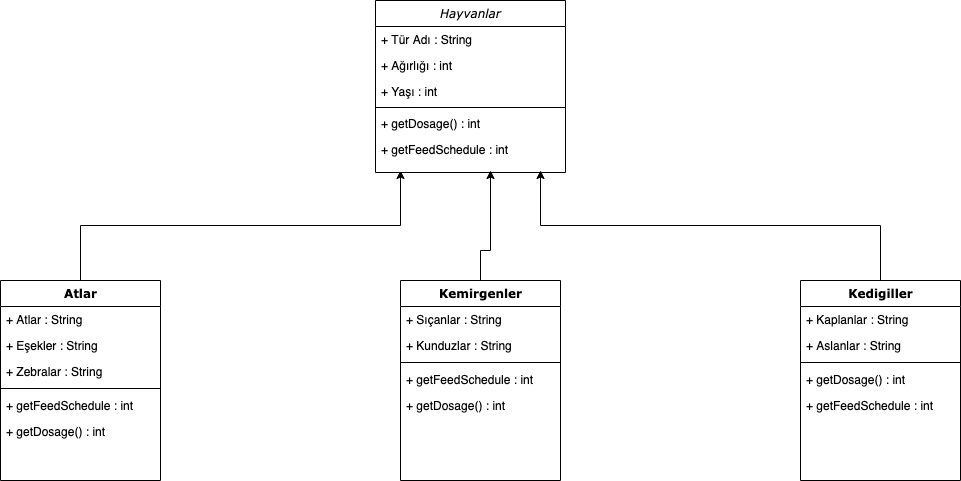
Earlier version of the draw.io export Java101Odevlerim/ZooManagementDiagram.png (kogunlu/java101). Source tidied: cells renumbered, new cells last; positions are measured from the earlier drawing's top-left corner, leaving out a move shared by most shapes.
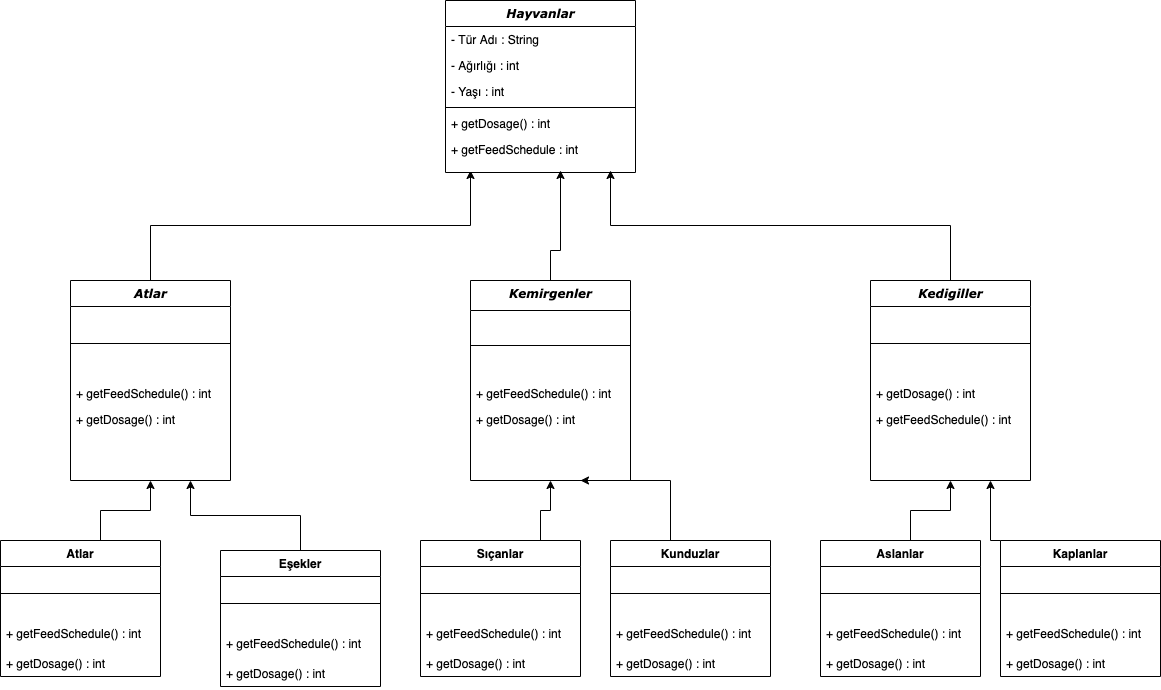
After the commit.

The edit, as a diff of the source:
```diff
@@ -7,37 +7,28 @@
         <mxPoint x="400" y="170" as="targetPoint" />
       </mxGeometry>
     </mxCell>
-    <mxCell id="3" value="Atlar" style="swimlane;html=1;fontStyle=1;align=center;verticalAlign=top;horizontal=1;startSize=26;swimlaneFillColor=#ffffff;rounded=0;shadow=0;comic=0;labelBackgroundColor=none;strokeWidth=1;fillColor=none;fontFamily=Verdana;fontSize=12;" parent="1" vertex="1">
+    <mxCell id="3" value="&lt;i&gt;Atlar&lt;/i&gt;" style="swimlane;html=1;fontStyle=1;align=center;verticalAlign=top;horizontal=1;startSize=26;swimlaneFillColor=#ffffff;rounded=0;shadow=0;comic=0;labelBackgroundColor=none;strokeWidth=1;fillColor=none;fontFamily=Verdana;fontSize=12;" parent="1" vertex="1">
       <mxGeometry y="280" width="160" height="200" as="geometry" />
     </mxCell>
-    <mxCell id="4" value="+ Atlar : String" style="text;html=1;strokeColor=none;fillColor=none;align=left;verticalAlign=top;spacingLeft=4;spacingRight=4;whiteSpace=wrap;overflow=hidden;" parent="3" vertex="1">
-      <mxGeometry y="26" width="160" height="26" as="geometry" />
-    </mxCell>
-    <mxCell id="5" value="+ Eşekler : String&lt;br&gt;" style="text;html=1;strokeColor=none;fillColor=none;align=left;verticalAlign=top;spacingLeft=4;spacingRight=4;whiteSpace=wrap;overflow=hidden;" parent="3" vertex="1">
-      <mxGeometry y="52" width="160" height="26" as="geometry" />
-    </mxCell>
-    <mxCell id="6" value="+ Zebralar : String&lt;br&gt;" style="text;html=1;strokeColor=none;fillColor=none;align=left;verticalAlign=top;spacingLeft=4;spacingRight=4;whiteSpace=wrap;overflow=hidden;" parent="3" vertex="1">
-      <mxGeometry y="78" width="160" height="26" as="geometry" />
-    </mxCell>
     <mxCell id="7" style="line;html=1;strokeWidth=1;fillColor=none;align=left;verticalAlign=middle;spacingTop=-1;spacingLeft=3;spacingRight=3;labelPosition=right;" parent="3" vertex="1">
-      <mxGeometry y="104" width="160" height="8" as="geometry" />
+      <mxGeometry y="26" width="160" height="74" as="geometry" />
     </mxCell>
-    <mxCell id="8" value="+ getFeedSchedule : int" style="text;html=1;strokeColor=none;fillColor=none;align=left;verticalAlign=top;spacingLeft=4;spacingRight=4;whiteSpace=wrap;overflow=hidden;" parent="3" vertex="1">
-      <mxGeometry y="112" width="160" height="26" as="geometry" />
+    <mxCell id="8" value="+ getFeedSchedule() : int" style="text;html=1;strokeColor=none;fillColor=none;align=left;verticalAlign=top;spacingLeft=4;spacingRight=4;whiteSpace=wrap;overflow=hidden;" parent="3" vertex="1">
+      <mxGeometry y="100" width="160" height="26" as="geometry" />
     </mxCell>
     <mxCell id="9" value="+ getDosage() : int" style="text;html=1;strokeColor=none;fillColor=none;align=left;verticalAlign=top;spacingLeft=4;spacingRight=4;whiteSpace=wrap;overflow=hidden;" parent="3" vertex="1">
-      <mxGeometry y="138" width="160" height="26" as="geometry" />
+      <mxGeometry y="126" width="160" height="26" as="geometry" />
     </mxCell>
-    <mxCell id="10" value="&lt;i style=&quot;font-weight: normal;&quot;&gt;Hayvanlar&lt;/i&gt;" style="swimlane;html=1;fontStyle=1;align=center;verticalAlign=top;horizontal=1;startSize=26;swimlaneFillColor=#ffffff;rounded=0;shadow=0;comic=0;labelBackgroundColor=none;strokeWidth=1;fillColor=none;fontFamily=Verdana;fontSize=12;" parent="1" vertex="1">
+    <mxCell id="10" value="&lt;i style=&quot;&quot;&gt;Hayvanlar&lt;/i&gt;" style="swimlane;html=1;fontStyle=1;align=center;verticalAlign=top;horizontal=1;startSize=26;swimlaneFillColor=#ffffff;rounded=0;shadow=0;comic=0;labelBackgroundColor=none;strokeWidth=1;fillColor=none;fontFamily=Verdana;fontSize=12;" parent="1" vertex="1">
       <mxGeometry x="375" width="190" height="172" as="geometry" />
     </mxCell>
-    <mxCell id="11" value="+ Tür Adı : String" style="text;html=1;strokeColor=none;fillColor=none;align=left;verticalAlign=top;spacingLeft=4;spacingRight=4;whiteSpace=wrap;overflow=hidden;" parent="10" vertex="1">
+    <mxCell id="11" value="- Tür Adı : String" style="text;html=1;strokeColor=none;fillColor=none;align=left;verticalAlign=top;spacingLeft=4;spacingRight=4;whiteSpace=wrap;overflow=hidden;" parent="10" vertex="1">
       <mxGeometry y="26" width="190" height="26" as="geometry" />
     </mxCell>
-    <mxCell id="12" value="+ Ağırlığı : int&lt;br&gt;&lt;br&gt;" style="text;html=1;strokeColor=none;fillColor=none;align=left;verticalAlign=top;spacingLeft=4;spacingRight=4;whiteSpace=wrap;overflow=hidden;" parent="10" vertex="1">
+    <mxCell id="12" value="- Ağırlığı : int&lt;br&gt;" style="text;html=1;strokeColor=none;fillColor=none;align=left;verticalAlign=top;spacingLeft=4;spacingRight=4;whiteSpace=wrap;overflow=hidden;" parent="10" vertex="1">
       <mxGeometry y="52" width="190" height="26" as="geometry" />
     </mxCell>
-    <mxCell id="13" value="+ Yaşı : int" style="text;html=1;strokeColor=none;fillColor=none;align=left;verticalAlign=top;spacingLeft=4;spacingRight=4;whiteSpace=wrap;overflow=hidden;" parent="10" vertex="1">
+    <mxCell id="13" value="- Yaşı : int" style="text;html=1;strokeColor=none;fillColor=none;align=left;verticalAlign=top;spacingLeft=4;spacingRight=4;whiteSpace=wrap;overflow=hidden;" parent="10" vertex="1">
       <mxGeometry y="78" width="190" height="26" as="geometry" />
     </mxCell>
     <mxCell id="14" style="line;html=1;strokeWidth=1;fillColor=none;align=left;verticalAlign=middle;spacingTop=-1;spacingLeft=3;spacingRight=3;labelPosition=right;" parent="10" vertex="1">
@@ -49,41 +40,29 @@
     <mxCell id="16" value="+ getFeedSchedule : int" style="text;html=1;strokeColor=none;fillColor=none;align=left;verticalAlign=top;spacingLeft=4;spacingRight=4;whiteSpace=wrap;overflow=hidden;" parent="10" vertex="1">
       <mxGeometry y="136" width="190" height="26" as="geometry" />
     </mxCell>
-    <mxCell id="17" value="Kedigiller&lt;br&gt;" style="swimlane;html=1;fontStyle=1;align=center;verticalAlign=top;horizontal=1;startSize=26;swimlaneFillColor=#ffffff;rounded=0;shadow=0;comic=0;labelBackgroundColor=none;strokeWidth=1;fillColor=none;fontFamily=Verdana;fontSize=12;" parent="1" vertex="1">
+    <mxCell id="17" value="&lt;i&gt;Kedigiller&lt;/i&gt;" style="swimlane;html=1;fontStyle=1;align=center;verticalAlign=top;horizontal=1;startSize=26;swimlaneFillColor=#ffffff;rounded=0;shadow=0;comic=0;labelBackgroundColor=none;strokeWidth=1;fillColor=none;fontFamily=Verdana;fontSize=12;" parent="1" vertex="1">
       <mxGeometry x="800" y="280" width="160" height="200" as="geometry" />
     </mxCell>
-    <mxCell id="18" value="+ Kaplanlar : String" style="text;html=1;strokeColor=none;fillColor=none;align=left;verticalAlign=top;spacingLeft=4;spacingRight=4;whiteSpace=wrap;overflow=hidden;" parent="17" vertex="1">
-      <mxGeometry y="26" width="160" height="26" as="geometry" />
-    </mxCell>
-    <mxCell id="19" value="+ Aslanlar : String&lt;br&gt;" style="text;html=1;strokeColor=none;fillColor=none;align=left;verticalAlign=top;spacingLeft=4;spacingRight=4;whiteSpace=wrap;overflow=hidden;" parent="17" vertex="1">
-      <mxGeometry y="52" width="160" height="26" as="geometry" />
-    </mxCell>
     <mxCell id="20" style="line;html=1;strokeWidth=1;fillColor=none;align=left;verticalAlign=middle;spacingTop=-1;spacingLeft=3;spacingRight=3;labelPosition=right;" parent="17" vertex="1">
-      <mxGeometry y="78" width="160" height="8" as="geometry" />
+      <mxGeometry y="26" width="160" height="74" as="geometry" />
     </mxCell>
     <mxCell id="21" value="+ getDosage() : int" style="text;html=1;strokeColor=none;fillColor=none;align=left;verticalAlign=top;spacingLeft=4;spacingRight=4;whiteSpace=wrap;overflow=hidden;" parent="17" vertex="1">
-      <mxGeometry y="86" width="160" height="26" as="geometry" />
+      <mxGeometry y="100" width="160" height="26" as="geometry" />
     </mxCell>
-    <mxCell id="22" value="+ getFeedSchedule : int" style="text;html=1;strokeColor=none;fillColor=none;align=left;verticalAlign=top;spacingLeft=4;spacingRight=4;whiteSpace=wrap;overflow=hidden;" parent="17" vertex="1">
-      <mxGeometry y="112" width="160" height="26" as="geometry" />
+    <mxCell id="22" value="+ getFeedSchedule() : int" style="text;html=1;strokeColor=none;fillColor=none;align=left;verticalAlign=top;spacingLeft=4;spacingRight=4;whiteSpace=wrap;overflow=hidden;" parent="17" vertex="1">
+      <mxGeometry y="126" width="160" height="26" as="geometry" />
     </mxCell>
-    <mxCell id="23" value="Kemirgenler&lt;br&gt;" style="swimlane;html=1;fontStyle=1;align=center;verticalAlign=top;horizontal=1;startSize=26;swimlaneFillColor=#ffffff;rounded=0;shadow=0;comic=0;labelBackgroundColor=none;strokeWidth=1;fillColor=none;fontFamily=Verdana;fontSize=12;" parent="1" vertex="1">
+    <mxCell id="23" value="&lt;i&gt;Kemirgenler&lt;/i&gt;" style="swimlane;html=1;fontStyle=1;align=center;verticalAlign=top;horizontal=1;startSize=30;swimlaneFillColor=#ffffff;rounded=0;shadow=0;comic=0;labelBackgroundColor=none;strokeWidth=1;fillColor=none;fontFamily=Verdana;fontSize=12;" parent="1" vertex="1">
       <mxGeometry x="400" y="280" width="160" height="200" as="geometry" />
     </mxCell>
-    <mxCell id="24" value="+ Sıçanlar : String" style="text;html=1;strokeColor=none;fillColor=none;align=left;verticalAlign=top;spacingLeft=4;spacingRight=4;whiteSpace=wrap;overflow=hidden;" parent="23" vertex="1">
-      <mxGeometry y="26" width="160" height="26" as="geometry" />
-    </mxCell>
-    <mxCell id="25" value="+ Kunduzlar : String" style="text;html=1;strokeColor=none;fillColor=none;align=left;verticalAlign=top;spacingLeft=4;spacingRight=4;whiteSpace=wrap;overflow=hidden;" parent="23" vertex="1">
-      <mxGeometry y="52" width="160" height="26" as="geometry" />
-    </mxCell>
     <mxCell id="26" style="line;html=1;strokeWidth=1;fillColor=none;align=left;verticalAlign=middle;spacingTop=-1;spacingLeft=3;spacingRight=3;labelPosition=right;" parent="23" vertex="1">
-      <mxGeometry y="78" width="160" height="8" as="geometry" />
+      <mxGeometry y="30" width="160" height="70" as="geometry" />
     </mxCell>
-    <mxCell id="27" value="+ getFeedSchedule : int" style="text;html=1;strokeColor=none;fillColor=none;align=left;verticalAlign=top;spacingLeft=4;spacingRight=4;whiteSpace=wrap;overflow=hidden;" parent="23" vertex="1">
-      <mxGeometry y="86" width="160" height="26" as="geometry" />
+    <mxCell id="27" value="+ getFeedSchedule() : int" style="text;html=1;strokeColor=none;fillColor=none;align=left;verticalAlign=top;spacingLeft=4;spacingRight=4;whiteSpace=wrap;overflow=hidden;" parent="23" vertex="1">
+      <mxGeometry y="100" width="160" height="26" as="geometry" />
     </mxCell>
     <mxCell id="28" value="+ getDosage() : int" style="text;html=1;strokeColor=none;fillColor=none;align=left;verticalAlign=top;spacingLeft=4;spacingRight=4;whiteSpace=wrap;overflow=hidden;" parent="23" vertex="1">
-      <mxGeometry y="112" width="160" height="26" as="geometry" />
+      <mxGeometry y="126" width="160" height="26" as="geometry" />
     </mxCell>
     <mxCell id="29" style="edgeStyle=orthogonalEdgeStyle;rounded=0;jettySize=auto;html=1;exitX=0.5;exitY=0;exitDx=0;exitDy=0;" parent="1" edge="1" source="23">
       <mxGeometry relative="1" as="geometry">
@@ -99,5 +78,110 @@
         <mxPoint x="540" y="170" as="targetPoint" />
       </mxGeometry>
     </mxCell>
+    <mxCell id="31" style="edgeStyle=orthogonalEdgeStyle;rounded=0;jettySize=auto;html=1;exitX=0.5;exitY=0;exitDx=0;exitDy=0;entryX=0.5;entryY=1;entryDx=0;entryDy=0;" parent="1" edge="1" target="23">
+      <mxGeometry relative="1" as="geometry">
+        <mxPoint x="470" y="540" as="sourcePoint" />
+      </mxGeometry>
+    </mxCell>
+    <mxCell id="32" style="edgeStyle=orthogonalEdgeStyle;rounded=0;jettySize=auto;html=1;entryX=0.75;entryY=1;entryDx=0;entryDy=0;exitX=0.5;exitY=0;exitDx=0;exitDy=0;" parent="1" edge="1" source="41" target="3">
+      <mxGeometry relative="1" as="geometry" />
+    </mxCell>
+    <mxCell id="33" style="edgeStyle=orthogonalEdgeStyle;rounded=0;jettySize=auto;html=1;entryX=0.5;entryY=1;entryDx=0;entryDy=0;" parent="1" edge="1" target="3">
+      <mxGeometry relative="1" as="geometry">
+        <mxPoint x="30" y="540" as="sourcePoint" />
+      </mxGeometry>
+    </mxCell>
+    <mxCell id="34" style="edgeStyle=orthogonalEdgeStyle;rounded=0;orthogonalLoop=1;jettySize=auto;html=1;exitX=0.5;exitY=0;exitDx=0;exitDy=0;" parent="1" edge="1">
+      <mxGeometry relative="1" as="geometry">
+        <mxPoint x="640" y="540" as="sourcePoint" />
+        <mxPoint x="510" y="480" as="targetPoint" />
+        <Array as="points">
+          <mxPoint x="600" y="540" />
+          <mxPoint x="600" y="480" />
+        </Array>
+      </mxGeometry>
+    </mxCell>
+    <mxCell id="35" style="edgeStyle=orthogonalEdgeStyle;rounded=0;jettySize=auto;html=1;exitX=0.5;exitY=0;exitDx=0;exitDy=0;entryX=0.5;entryY=1;entryDx=0;entryDy=0;" parent="1" edge="1" target="17">
+      <mxGeometry relative="1" as="geometry">
+        <mxPoint x="840" y="540" as="sourcePoint" />
+      </mxGeometry>
+    </mxCell>
+    <mxCell id="36" style="edgeStyle=orthogonalEdgeStyle;rounded=0;jettySize=auto;html=1;entryX=0.75;entryY=1;entryDx=0;entryDy=0;" parent="1" edge="1" target="17">
+      <mxGeometry relative="1" as="geometry">
+        <mxPoint x="1020" y="540" as="sourcePoint" />
+      </mxGeometry>
+    </mxCell>
+    <mxCell id="37" value="Atlar" style="swimlane;fontStyle=1;align=center;verticalAlign=top;horizontal=1;startSize=26;" parent="1" vertex="1">
+      <mxGeometry x="-70" y="540" width="160" height="136" as="geometry" />
+    </mxCell>
+    <mxCell id="38" style="line;strokeWidth=1;fillColor=none;align=left;verticalAlign=middle;spacingTop=-1;spacingLeft=3;spacingRight=3;labelPosition=right;" parent="37" vertex="1">
+      <mxGeometry y="26" width="160" height="54" as="geometry" />
+    </mxCell>
+    <mxCell id="39" value="+ getFeedSchedule() : int" style="text;strokeColor=none;fillColor=none;align=left;verticalAlign=top;spacingLeft=4;spacingRight=4;overflow=hidden;" parent="37" vertex="1">
+      <mxGeometry y="80" width="160" height="30" as="geometry" />
+    </mxCell>
+    <mxCell id="40" value="+ getDosage() : int" style="text;strokeColor=none;fillColor=none;align=left;verticalAlign=top;spacingLeft=4;spacingRight=4;overflow=hidden;" parent="37" vertex="1">
+      <mxGeometry y="110" width="160" height="26" as="geometry" />
+    </mxCell>
+    <mxCell id="41" value="Eşekler&#10;" style="swimlane;fontStyle=1;align=center;verticalAlign=top;horizontal=1;startSize=26;" parent="1" vertex="1">
+      <mxGeometry x="150" y="550" width="160" height="136" as="geometry" />
+    </mxCell>
+    <mxCell id="42" style="line;strokeWidth=1;fillColor=none;align=left;verticalAlign=middle;spacingTop=-1;spacingLeft=3;spacingRight=3;labelPosition=right;" parent="41" vertex="1">
+      <mxGeometry y="26" width="160" height="54" as="geometry" />
+    </mxCell>
+    <mxCell id="43" value="+ getFeedSchedule() : int" style="text;strokeColor=none;fillColor=none;align=left;verticalAlign=top;spacingLeft=4;spacingRight=4;overflow=hidden;" parent="41" vertex="1">
+      <mxGeometry y="80" width="160" height="30" as="geometry" />
+    </mxCell>
+    <mxCell id="44" value="+ getDosage() : int" style="text;strokeColor=none;fillColor=none;align=left;verticalAlign=top;spacingLeft=4;spacingRight=4;overflow=hidden;" parent="41" vertex="1">
+      <mxGeometry y="110" width="160" height="26" as="geometry" />
+    </mxCell>
+    <mxCell id="45" value="Sıçanlar" style="swimlane;fontStyle=1;align=center;verticalAlign=top;horizontal=1;startSize=26;" parent="1" vertex="1">
+      <mxGeometry x="350" y="540" width="160" height="136" as="geometry" />
+    </mxCell>
+    <mxCell id="46" style="line;strokeWidth=1;fillColor=none;align=left;verticalAlign=middle;spacingTop=-1;spacingLeft=3;spacingRight=3;labelPosition=right;" parent="45" vertex="1">
+      <mxGeometry y="26" width="160" height="54" as="geometry" />
+    </mxCell>
+    <mxCell id="47" value="+ getFeedSchedule() : int" style="text;strokeColor=none;fillColor=none;align=left;verticalAlign=top;spacingLeft=4;spacingRight=4;overflow=hidden;" parent="45" vertex="1">
+      <mxGeometry y="80" width="160" height="30" as="geometry" />
+    </mxCell>
+    <mxCell id="48" value="+ getDosage() : int" style="text;strokeColor=none;fillColor=none;align=left;verticalAlign=top;spacingLeft=4;spacingRight=4;overflow=hidden;" parent="45" vertex="1">
+      <mxGeometry y="110" width="160" height="26" as="geometry" />
+    </mxCell>
+    <mxCell id="49" value="Kunduzlar" style="swimlane;fontStyle=1;align=center;verticalAlign=top;horizontal=1;startSize=26;" parent="1" vertex="1">
+      <mxGeometry x="540" y="540" width="160" height="136" as="geometry" />
+    </mxCell>
+    <mxCell id="50" style="line;strokeWidth=1;fillColor=none;align=left;verticalAlign=middle;spacingTop=-1;spacingLeft=3;spacingRight=3;labelPosition=right;" parent="49" vertex="1">
+      <mxGeometry y="26" width="160" height="54" as="geometry" />
+    </mxCell>
+    <mxCell id="51" value="+ getFeedSchedule() : int" style="text;strokeColor=none;fillColor=none;align=left;verticalAlign=top;spacingLeft=4;spacingRight=4;overflow=hidden;" parent="49" vertex="1">
+      <mxGeometry y="80" width="160" height="30" as="geometry" />
+    </mxCell>
+    <mxCell id="52" value="+ getDosage() : int" style="text;strokeColor=none;fillColor=none;align=left;verticalAlign=top;spacingLeft=4;spacingRight=4;overflow=hidden;" parent="49" vertex="1">
+      <mxGeometry y="110" width="160" height="26" as="geometry" />
+    </mxCell>
+    <mxCell id="53" value="Kaplanlar" style="swimlane;fontStyle=1;align=center;verticalAlign=top;horizontal=1;startSize=26;" parent="1" vertex="1">
+      <mxGeometry x="930" y="540" width="160" height="136" as="geometry" />
+    </mxCell>
+    <mxCell id="54" style="line;strokeWidth=1;fillColor=none;align=left;verticalAlign=middle;spacingTop=-1;spacingLeft=3;spacingRight=3;labelPosition=right;" parent="53" vertex="1">
+      <mxGeometry y="26" width="160" height="54" as="geometry" />
+    </mxCell>
+    <mxCell id="55" value="+ getFeedSchedule() : int" style="text;strokeColor=none;fillColor=none;align=left;verticalAlign=top;spacingLeft=4;spacingRight=4;overflow=hidden;" parent="53" vertex="1">
+      <mxGeometry y="80" width="160" height="30" as="geometry" />
+    </mxCell>
+    <mxCell id="56" value="+ getDosage() : int" style="text;strokeColor=none;fillColor=none;align=left;verticalAlign=top;spacingLeft=4;spacingRight=4;overflow=hidden;" parent="53" vertex="1">
+      <mxGeometry y="110" width="160" height="26" as="geometry" />
+    </mxCell>
+    <mxCell id="57" value="Aslanlar" style="swimlane;fontStyle=1;align=center;verticalAlign=top;horizontal=1;startSize=26;" parent="1" vertex="1">
+      <mxGeometry x="750" y="540" width="160" height="136" as="geometry" />
+    </mxCell>
+    <mxCell id="58" style="line;strokeWidth=1;fillColor=none;align=left;verticalAlign=middle;spacingTop=-1;spacingLeft=3;spacingRight=3;labelPosition=right;" parent="57" vertex="1">
+      <mxGeometry y="26" width="160" height="54" as="geometry" />
+    </mxCell>
+    <mxCell id="59" value="+ getFeedSchedule() : int" style="text;strokeColor=none;fillColor=none;align=left;verticalAlign=top;spacingLeft=4;spacingRight=4;overflow=hidden;" parent="57" vertex="1">
+      <mxGeometry y="80" width="160" height="30" as="geometry" />
+    </mxCell>
+    <mxCell id="60" value="+ getDosage() : int" style="text;strokeColor=none;fillColor=none;align=left;verticalAlign=top;spacingLeft=4;spacingRight=4;overflow=hidden;" parent="57" vertex="1">
+      <mxGeometry y="110" width="160" height="26" as="geometry" />
+    </mxCell>
   </root>
 </mxGraphModel>
```
